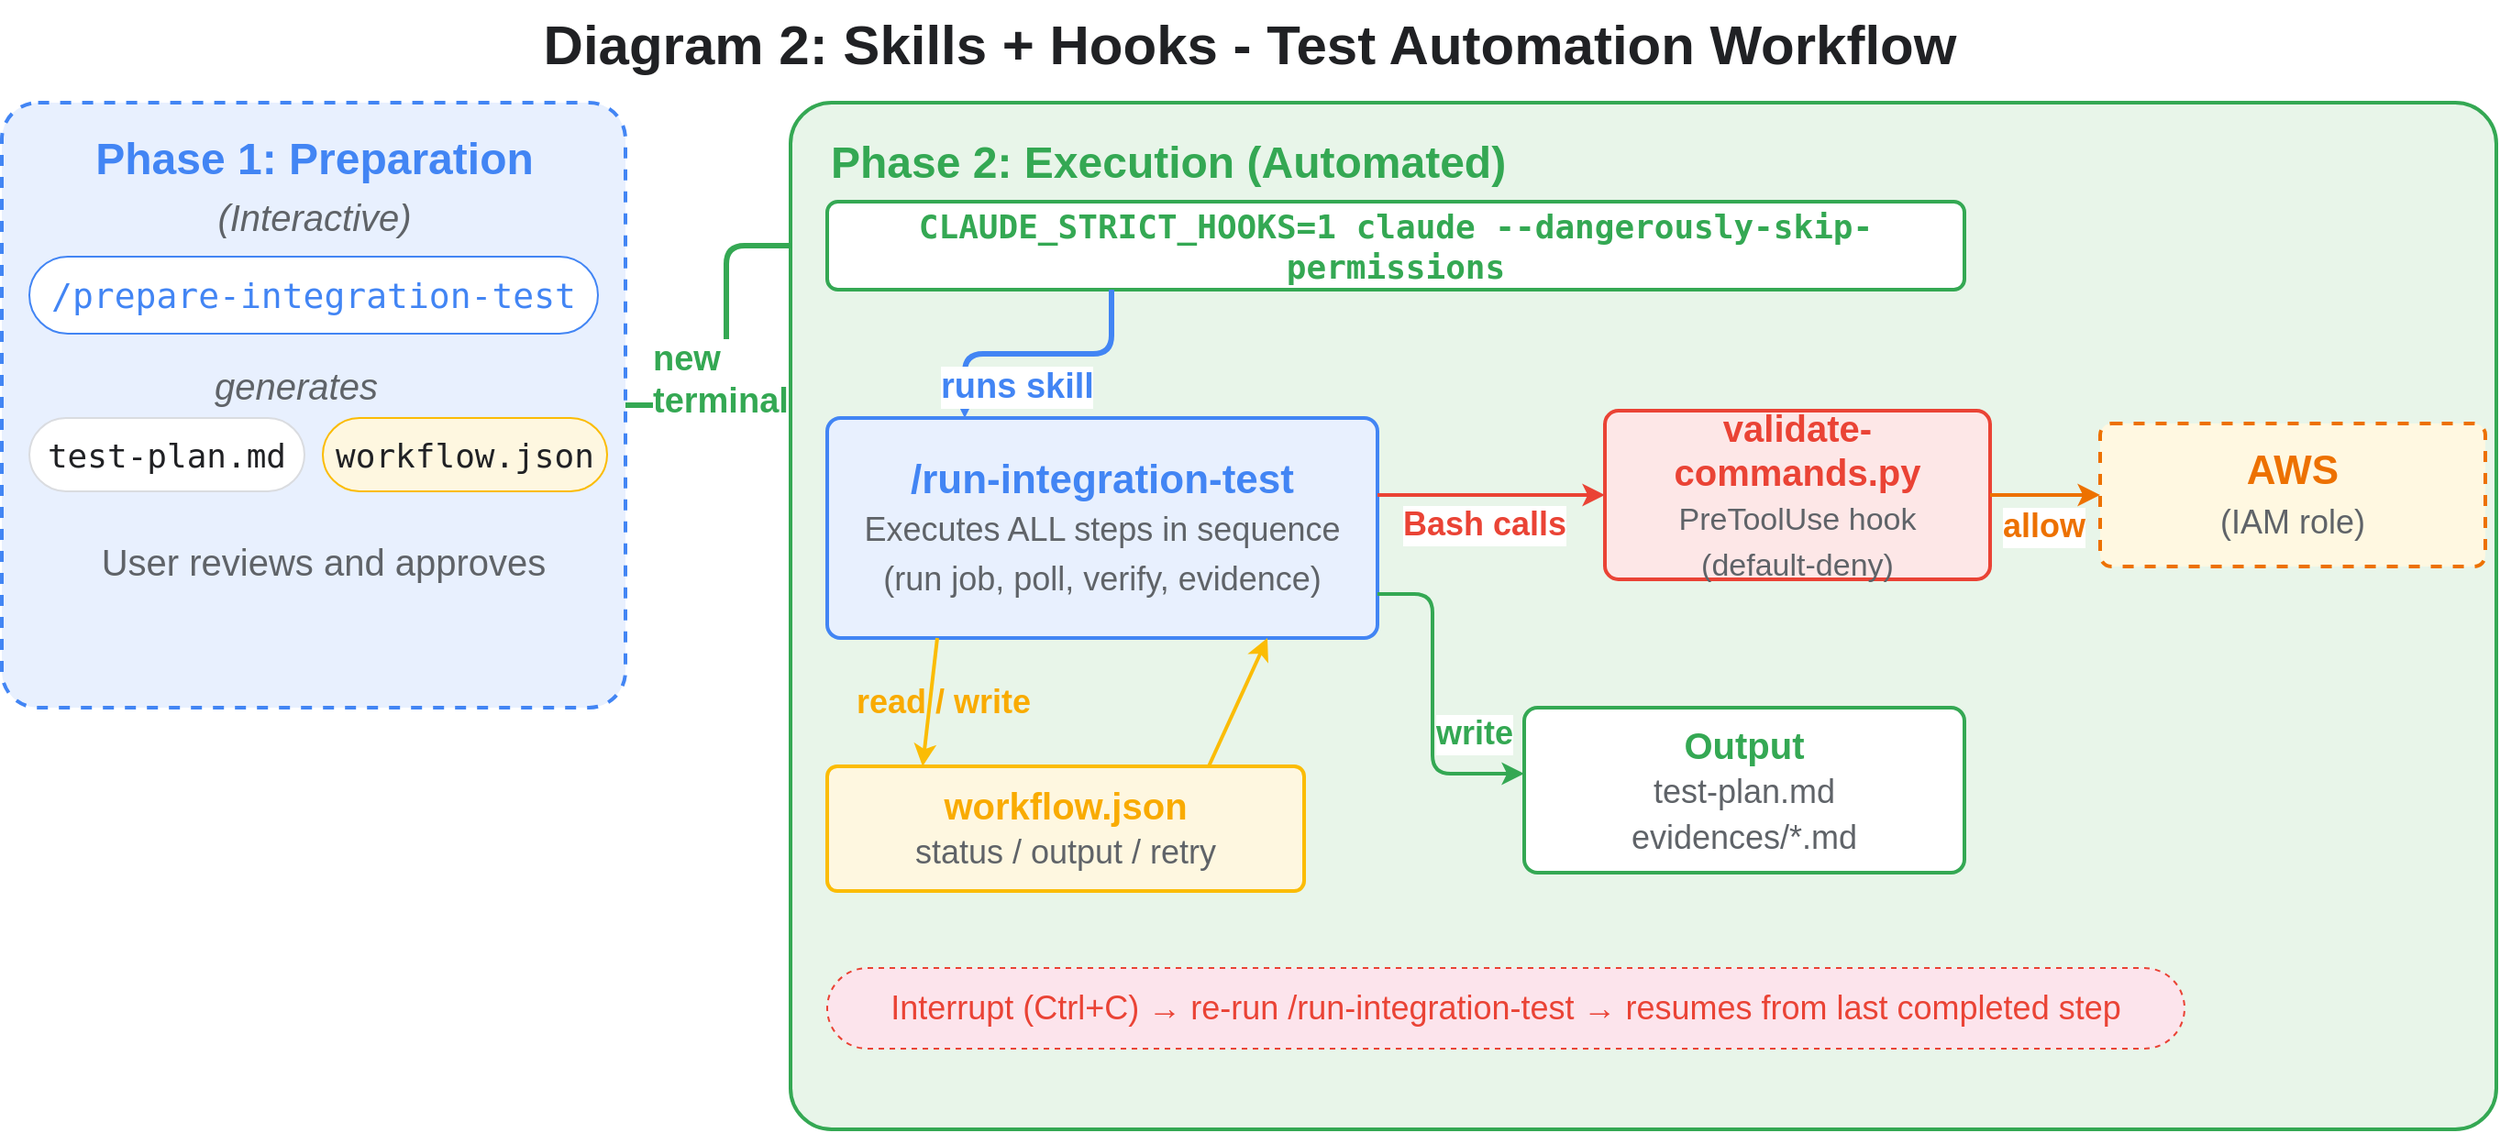
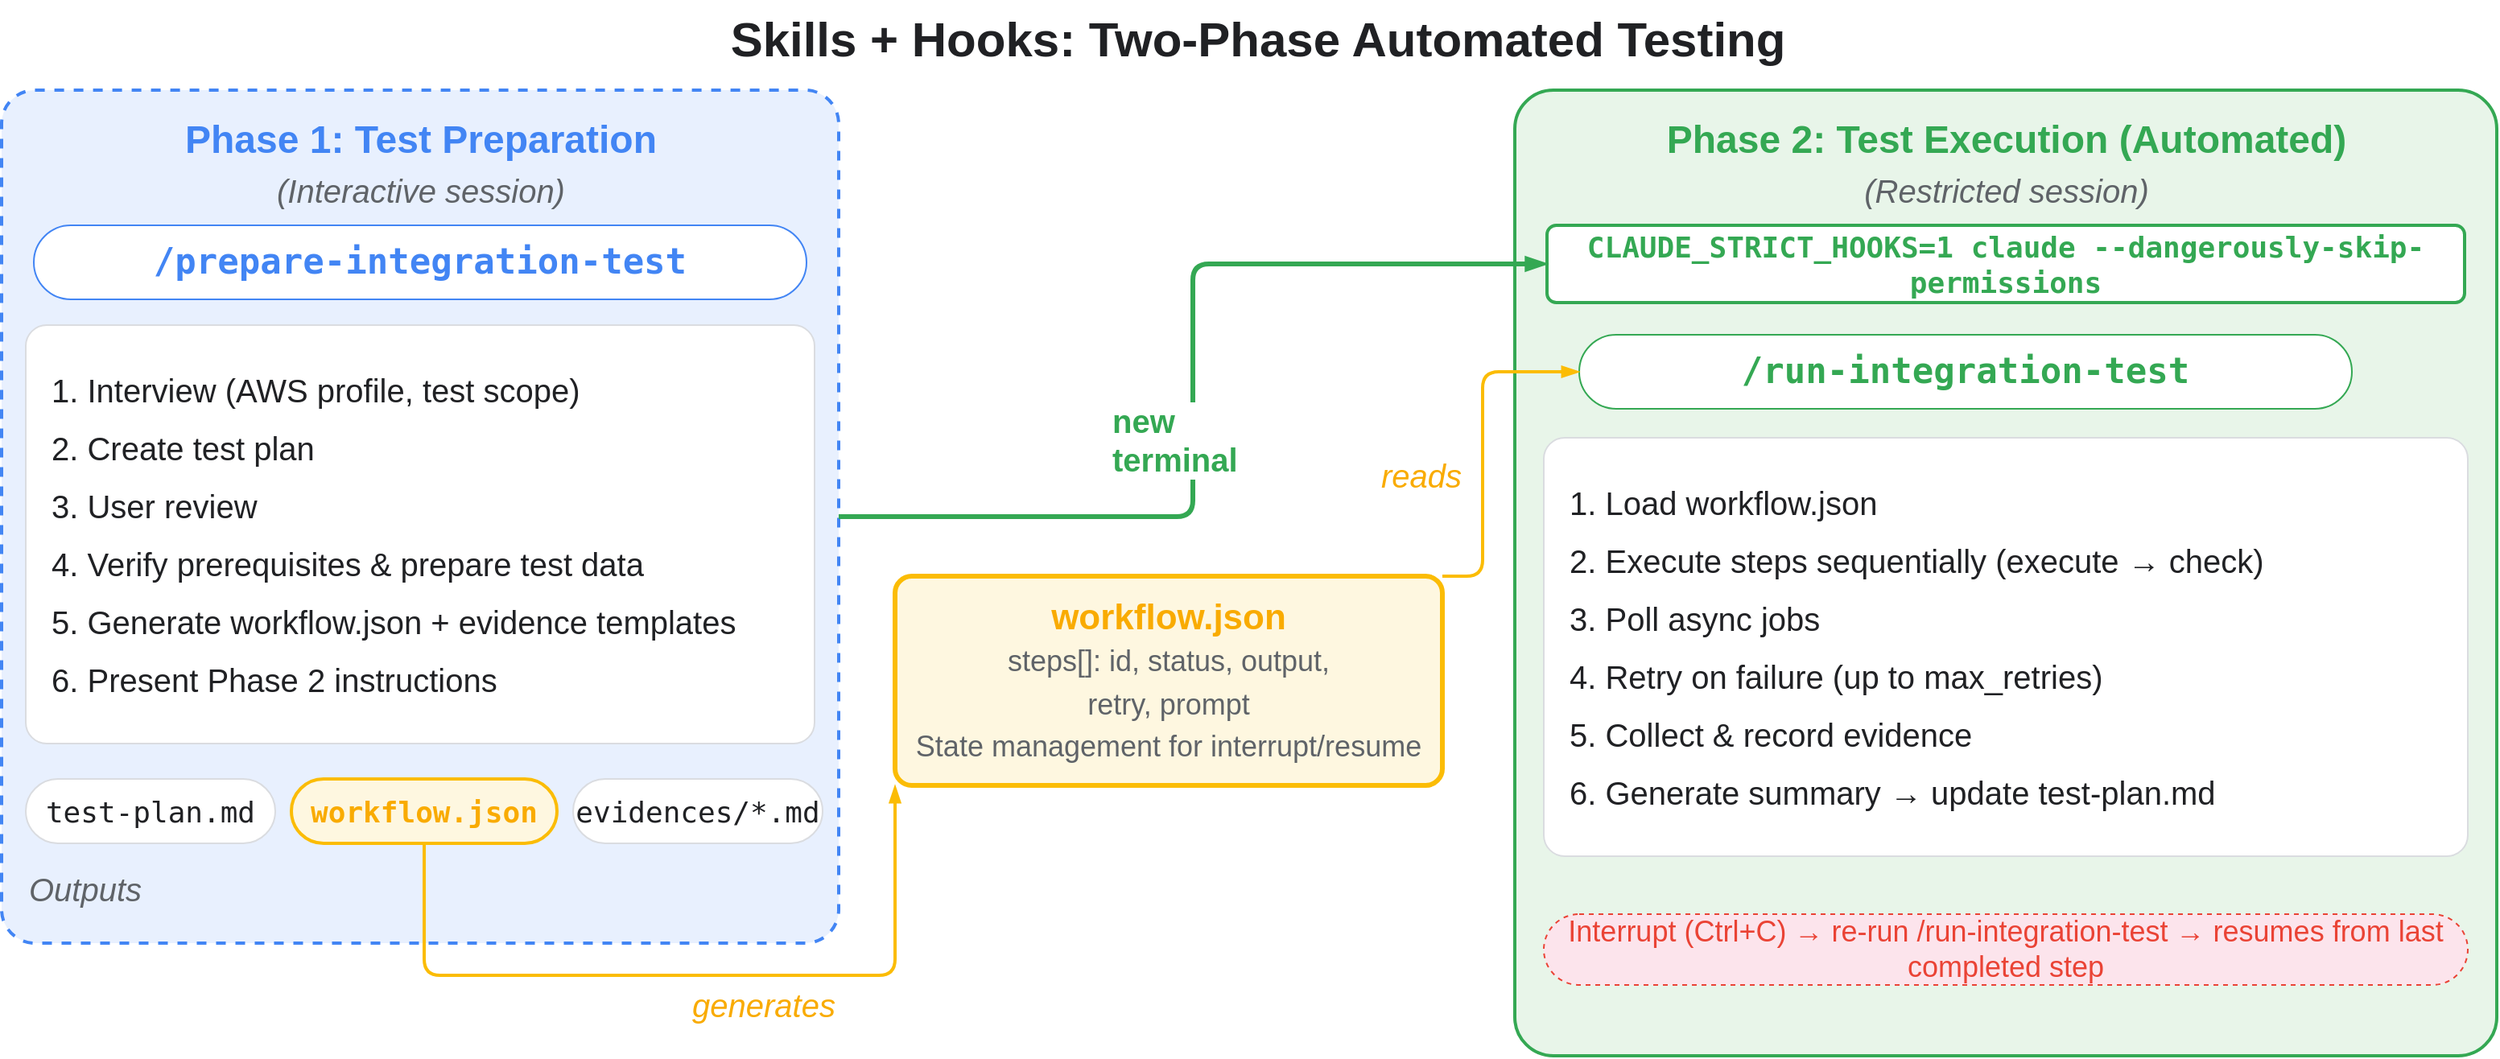
- <mxfile host="65bd71144e">
-     <diagram id="diagram-2" name="Skills + Hooks - Test Automation">
-         <mxGraphModel dx="1240" dy="575" grid="0" gridSize="10" guides="1" tooltips="1" connect="1" arrows="1" fold="1" page="1" pageScale="1" pageWidth="1600" pageHeight="700" math="0" shadow="0">
+ <mxfile host="app.diagrams.net">
+     <diagram id="skills-hooks-mechanism" name="Skills + Hooks - Two Phase Architecture">
+         <mxGraphModel dx="1422" dy="762" grid="0" gridSize="10" guides="1" tooltips="1" connect="1" arrows="1" fold="1" page="1" pageScale="1" pageWidth="1600" pageHeight="700" math="0" shadow="0">
            <root>
                <mxCell id="0"/>
                <mxCell id="1" parent="0"/>
-                 <mxCell id="title" value="Diagram 2: Skills + Hooks - Test Automation Workflow" style="text;html=1;fontSize=30;fontStyle=1;fontColor=#202124;align=center;" parent="1" vertex="1">
-                     <mxGeometry x="250" y="12" width="900" height="44" as="geometry"/>
+ 
+                 <!-- Title -->
+                 <mxCell id="title" value="Skills + Hooks: Two-Phase Automated Testing" style="text;html=1;fontSize=30;fontStyle=1;fontColor=#202124;align=center;" parent="1" vertex="1">
+                     <mxGeometry x="250" y="12" width="1100" height="44" as="geometry"/>
                </mxCell>
-                 <mxCell id="p1_box" value="" style="rounded=1;whiteSpace=wrap;html=1;fillColor=#E8F0FE;strokeColor=#4285F4;strokeWidth=2;arcSize=6;dashed=1;" parent="1" vertex="1">
-                     <mxGeometry x="20" y="68" width="340" height="330" as="geometry"/>
+ 
+                 <!-- ========== Phase 1 ========== -->
+                 <mxCell id="phase1" value="" style="rounded=1;whiteSpace=wrap;fillColor=#E8F0FE;strokeColor=#4285F4;strokeWidth=2;arcSize=4;dashed=1;" parent="1" vertex="1">
+                     <mxGeometry x="20" y="68" width="520" height="530" as="geometry"/>
                </mxCell>
-                 <mxCell id="p1_label" value="Phase 1: Preparation" style="text;html=1;fontSize=24;fontStyle=1;fontColor=#4285F4;align=center;" parent="1" vertex="1">
-                     <mxGeometry x="30" y="78" width="320" height="34" as="geometry"/>
+                 <mxCell id="p1_h" value="Phase 1: Test Preparation" style="text;html=1;fontSize=24;fontStyle=1;fontColor=#4285F4;align=center;" parent="1" vertex="1">
+                     <mxGeometry x="30" y="78" width="500" height="34" as="geometry"/>
                </mxCell>
-                 <mxCell id="p1_mode" value="(Interactive)" style="text;html=1;fontSize=20;fontColor=#5F6368;fontStyle=2;align=center;" parent="1" vertex="1">
-                     <mxGeometry x="30" y="112" width="320" height="28" as="geometry"/>
+                 <mxCell id="p1_mode" value="(Interactive session)" style="text;html=1;fontSize=20;fontColor=#5F6368;fontStyle=2;align=center;" parent="1" vertex="1">
+                     <mxGeometry x="30" y="112" width="500" height="28" as="geometry"/>
                </mxCell>
-                 <mxCell id="p1_skill" value="/prepare-integration-test" style="rounded=1;whiteSpace=wrap;html=1;fillColor=#FFFFFF;strokeColor=#4285F4;fontSize=19;fontColor=#4285F4;fontFamily=monospace;arcSize=50;" parent="1" vertex="1">
-                     <mxGeometry x="35" y="152" width="310" height="42" as="geometry"/>
+                 <mxCell id="p1_skill" value="/prepare-integration-test" style="rounded=1;whiteSpace=wrap;html=1;fillColor=#FFFFFF;strokeColor=#4285F4;fontSize=22;fontColor=#4285F4;fontFamily=monospace;fontStyle=1;arcSize=50;" parent="1" vertex="1">
+                     <mxGeometry x="40" y="152" width="480" height="46" as="geometry"/>
                </mxCell>
-                 <mxCell id="p1_arrow_label" value="generates" style="text;html=1;fontSize=20;fontColor=#5F6368;fontStyle=2;align=center;" parent="1" vertex="1">
-                     <mxGeometry x="80" y="204" width="200" height="26" as="geometry"/>
+                 <mxCell id="p1_steps" value="&lt;div style='text-align:left;font-size:20px;color:#202124;line-height:1.8'&gt;1. Interview (AWS profile, test scope)&lt;br&gt;2. Create test plan&lt;br&gt;3. User review&lt;br&gt;4. Verify prerequisites &amp;amp; prepare test data&lt;br&gt;5. Generate workflow.json + evidence templates&lt;br&gt;6. Present Phase 2 instructions&lt;/div&gt;" style="rounded=1;whiteSpace=wrap;html=1;fillColor=#FFFFFF;strokeColor=#DADCE0;arcSize=5;align=left;spacingLeft=14;spacingRight=8;" parent="1" vertex="1">
+                     <mxGeometry x="35" y="214" width="490" height="260" as="geometry"/>
                </mxCell>
-                 <mxCell id="p1_out1" value="test-plan.md" style="rounded=1;whiteSpace=wrap;html=1;fillColor=#FFFFFF;strokeColor=#DADCE0;fontSize=18;fontColor=#202124;fontFamily=monospace;arcSize=50;" parent="1" vertex="1">
-                     <mxGeometry x="35" y="240" width="150" height="40" as="geometry"/>
+                 <mxCell id="p1_out1" value="test-plan.md" style="rounded=1;whiteSpace=wrap;html=1;fillColor=#FFFFFF;strokeColor=#DADCE0;fontSize=18;fontFamily=monospace;fontColor=#202124;arcSize=50;" parent="1" vertex="1">
+                     <mxGeometry x="35" y="496" width="155" height="40" as="geometry"/>
                </mxCell>
-                 <mxCell id="p1_out2" value="workflow.json" style="rounded=1;whiteSpace=wrap;html=1;fillColor=#FEF7E0;strokeColor=#FBBC05;fontSize=18;fontColor=#202124;fontFamily=monospace;arcSize=50;" parent="1" vertex="1">
-                     <mxGeometry x="195" y="240" width="155" height="40" as="geometry"/>
+                 <mxCell id="p1_out2" value="workflow.json" style="rounded=1;whiteSpace=wrap;html=1;fillColor=#FEF7E0;strokeColor=#FBBC05;strokeWidth=2;fontSize=18;fontFamily=monospace;fontColor=#F9AB00;fontStyle=1;arcSize=50;" parent="1" vertex="1">
+                     <mxGeometry x="200" y="496" width="165" height="40" as="geometry"/>
                </mxCell>
-                 <mxCell id="p1_approve" value="User reviews and approves" style="text;html=1;fontSize=20;fontColor=#5F6368;align=center;" parent="1" vertex="1">
-                     <mxGeometry x="35" y="300" width="320" height="28" as="geometry"/>
+                 <mxCell id="p1_out3" value="evidences/*.md" style="rounded=1;whiteSpace=wrap;html=1;fillColor=#FFFFFF;strokeColor=#DADCE0;fontSize=18;fontFamily=monospace;fontColor=#202124;arcSize=50;" parent="1" vertex="1">
+                     <mxGeometry x="375" y="496" width="155" height="40" as="geometry"/>
                </mxCell>
-                 <mxCell id="a_phase" style="edgeStyle=orthogonalEdgeStyle;rounded=1;strokeColor=#34A853;strokeWidth=3;exitX=1;exitY=0.5;entryX=0;entryY=0.5;" parent="1" source="p1_box" target="session" edge="1">
+                 <mxCell id="p1_out_label" value="Outputs" style="text;html=1;fontSize=20;fontColor=#5F6368;fontStyle=2;align=left;" parent="1" vertex="1">
+                     <mxGeometry x="35" y="546" width="120" height="28" as="geometry"/>
+                 </mxCell>
+ 
+                 <!-- ========== workflow.json (center) ========== -->
+                 <mxCell id="wf_center" value="workflow.json&lt;br&gt;&lt;font style=&quot;font-size:18px;font-weight:normal;color:#5F6368&quot;&gt;steps[]: id, status, output,&lt;br&gt;retry, prompt&lt;br&gt;State management for interrupt/resume&lt;/font&gt;" style="rounded=1;whiteSpace=wrap;html=1;fillColor=#FEF7E0;strokeColor=#FBBC05;strokeWidth=3;fontSize=22;fontColor=#F9AB00;fontStyle=1;arcSize=8;" parent="1" vertex="1">
+                     <mxGeometry x="575" y="370" width="340" height="130" as="geometry"/>
+                 </mxCell>
+ 
+                 <!-- ========== Phase 2 ========== -->
+                 <mxCell id="phase2" value="" style="rounded=1;whiteSpace=wrap;fillColor=#E8F5E9;strokeColor=#34A853;strokeWidth=2;arcSize=4;" parent="1" vertex="1">
+                     <mxGeometry x="960" y="68" width="610" height="600" as="geometry"/>
+                 </mxCell>
+                 <mxCell id="p2_h" value="Phase 2: Test Execution (Automated)" style="text;html=1;fontSize=24;fontStyle=1;fontColor=#34A853;align=center;" parent="1" vertex="1">
+                     <mxGeometry x="970" y="78" width="590" height="34" as="geometry"/>
+                 </mxCell>
+                 <mxCell id="p2_mode" value="(Restricted session)" style="text;html=1;fontSize=20;fontColor=#5F6368;fontStyle=2;align=center;" parent="1" vertex="1">
+                     <mxGeometry x="970" y="112" width="590" height="28" as="geometry"/>
+                 </mxCell>
+                 <mxCell id="p2_cmd" value="CLAUDE_STRICT_HOOKS=1 claude --dangerously-skip-permissions" style="rounded=1;whiteSpace=wrap;html=1;fillColor=#FFFFFF;strokeColor=#34A853;strokeWidth=2;fontSize=18;fontColor=#34A853;fontFamily=monospace;fontStyle=1;arcSize=12;" parent="1" vertex="1">
+                     <mxGeometry x="980" y="152" width="570" height="48" as="geometry"/>
+                 </mxCell>
+                 <mxCell id="p2_skill" value="/run-integration-test" style="rounded=1;whiteSpace=wrap;html=1;fillColor=#FFFFFF;strokeColor=#34A853;fontSize=22;fontColor=#34A853;fontFamily=monospace;fontStyle=1;arcSize=50;" parent="1" vertex="1">
+                     <mxGeometry x="1000" y="220" width="480" height="46" as="geometry"/>
+                 </mxCell>
+                 <mxCell id="p2_steps" value="&lt;div style='text-align:left;font-size:20px;color:#202124;line-height:1.8'&gt;1. Load workflow.json&lt;br&gt;2. Execute steps sequentially (execute → check)&lt;br&gt;3. Poll async jobs&lt;br&gt;4. Retry on failure (up to max_retries)&lt;br&gt;5. Collect &amp;amp; record evidence&lt;br&gt;6. Generate summary → update test-plan.md&lt;/div&gt;" style="rounded=1;whiteSpace=wrap;html=1;fillColor=#FFFFFF;strokeColor=#DADCE0;arcSize=5;align=left;spacingLeft=14;spacingRight=8;" parent="1" vertex="1">
+                     <mxGeometry x="978" y="284" width="574" height="260" as="geometry"/>
+                 </mxCell>
+                 <mxCell id="p2_resume" value="Interrupt (Ctrl+C) → re-run /run-integration-test → resumes from last completed step" style="rounded=1;whiteSpace=wrap;html=1;fillColor=#FCE4EC;strokeColor=#EA4335;strokeWidth=1;fontSize=18;fontColor=#EA4335;arcSize=50;dashed=1;" parent="1" vertex="1">
+                     <mxGeometry x="978" y="580" width="574" height="44" as="geometry"/>
+                 </mxCell>
+ 
+                 <!-- ========== Arrows ========== -->
+ 
+                 <!-- Phase transition: Phase 1 right → Phase 2 left -->
+                 <mxCell id="a_phase" style="edgeStyle=orthogonalEdgeStyle;rounded=1;strokeColor=#34A853;strokeWidth=3;endArrow=blockThin;endFill=1;exitX=1;exitY=0.5;exitDx=0;exitDy=0;entryX=0;entryY=0.5;entryDx=0;entryDy=0;" parent="1" source="phase1" target="p2_cmd" edge="1">
                    <mxGeometry relative="1" as="geometry"/>
                </mxCell>
-                 <mxCell id="a_phase_label" value="new&lt;div&gt;terminal&lt;/div&gt;" style="edgeLabel;html=1;fontSize=19;fontColor=#34A853;fontStyle=1;labelBackgroundColor=#FFFFFF;" parent="a_phase" connectable="0" vertex="1">
+                 <mxCell id="a_phase_l" value="new&lt;div&gt;terminal&lt;/div&gt;" style="edgeLabel;html=1;fontSize=20;fontColor=#34A853;fontStyle=1;labelBackgroundColor=#FFFFFF;" parent="a_phase" connectable="0" vertex="1">
                    <mxGeometry relative="1" as="geometry">
-                         <mxPoint x="-42" as="offset"/>
+                         <mxPoint x="-52" as="offset"/>
                    </mxGeometry>
                </mxCell>
-                 <mxCell id="p2_box" value="" style="rounded=1;whiteSpace=wrap;html=1;fillColor=#E8F5E9;strokeColor=#34A853;strokeWidth=2;arcSize=4;" parent="1" vertex="1">
-                     <mxGeometry x="450" y="68" width="930" height="560" as="geometry"/>
-                 </mxCell>
-                 <mxCell id="p2_label" value="Phase 2: Execution (Automated)" style="text;html=1;fontSize=24;fontStyle=1;fontColor=#34A853;align=left;" parent="1" vertex="1">
-                     <mxGeometry x="470" y="80" width="440" height="34" as="geometry"/>
-                 </mxCell>
-                 <mxCell id="session" value="CLAUDE_STRICT_HOOKS=1 claude --dangerously-skip-permissions" style="rounded=1;whiteSpace=wrap;html=1;fillColor=#FFFFFF;strokeColor=#34A853;strokeWidth=2;fontSize=18;fontColor=#34A853;fontFamily=monospace;fontStyle=1;arcSize=12;" parent="1" vertex="1">
-                     <mxGeometry x="470" y="122" width="620" height="48" as="geometry"/>
-                 </mxCell>
-                 <mxCell id="a_invoke" style="edgeStyle=orthogonalEdgeStyle;rounded=1;strokeColor=#4285F4;strokeWidth=3;exitX=0.25;exitY=1;entryX=0.25;entryY=0;" parent="1" source="session" target="skill" edge="1">
-                     <mxGeometry relative="1" as="geometry"/>
-                 </mxCell>
-                 <mxCell id="a_invoke_label" value="runs skill" style="edgeLabel;html=1;fontSize=19;fontColor=#4285F4;fontStyle=1;labelBackgroundColor=#FFFFFF;" parent="a_invoke" connectable="0" vertex="1">
-                     <mxGeometry relative="1" as="geometry">
-                         <mxPoint x="-55" as="offset"/>
-                     </mxGeometry>
-                 </mxCell>
-                 <mxCell id="skill" value="/run-integration-test&lt;br&gt;&lt;font style=&quot;font-size:18px;font-weight:normal;color:#5F6368&quot;&gt;Executes ALL steps in sequence&lt;br&gt;(run job, poll, verify, evidence)&lt;/font&gt;" style="rounded=1;whiteSpace=wrap;html=1;fillColor=#E8F0FE;strokeColor=#4285F4;strokeWidth=2;fontSize=22;fontColor=#4285F4;fontStyle=1;arcSize=6;" parent="1" vertex="1">
-                     <mxGeometry x="470" y="240" width="300" height="120" as="geometry"/>
-                 </mxCell>
-                 <mxCell id="wf" value="workflow.json&lt;br&gt;&lt;font style=&quot;font-size:18px;font-weight:normal;color:#5F6368&quot;&gt;status / output / retry&lt;/font&gt;" style="rounded=1;whiteSpace=wrap;html=1;fillColor=#FEF7E0;strokeColor=#FBBC05;strokeWidth=2;fontSize=20;fontColor=#F9AB00;fontStyle=1;arcSize=8;" parent="1" vertex="1">
-                     <mxGeometry x="470" y="430" width="260" height="68" as="geometry"/>
-                 </mxCell>
-                 <mxCell id="a_wf_down" style="rounded=1;strokeColor=#FBBC05;strokeWidth=2;exitX=0.2;exitY=1;entryX=0.2;entryY=0;" parent="1" source="skill" target="wf" edge="1">
-                     <mxGeometry relative="1" as="geometry"/>
-                 </mxCell>
-                 <mxCell id="a_wf_up" style="rounded=1;strokeColor=#FBBC05;strokeWidth=2;exitX=0.8;exitY=0;entryX=0.8;entryY=1;" parent="1" source="wf" target="skill" edge="1">
-                     <mxGeometry relative="1" as="geometry"/>
-                 </mxCell>
-                 <mxCell id="a_wf_label" value="read / write" style="text;html=1;fontSize=18;fontColor=#F9AB00;fontStyle=1;align=center;" parent="1" vertex="1">
-                     <mxGeometry x="473" y="378" width="120" height="28" as="geometry"/>
-                 </mxCell>
-                 <mxCell id="hooks" value="validate-commands.py&lt;br&gt;&lt;font style=&quot;font-weight: normal; font-size: 17px; color: rgb(95, 99, 104);&quot;&gt;PreToolUse hook&lt;br&gt;(default-deny)&lt;/font&gt;" style="rounded=1;whiteSpace=wrap;html=1;fillColor=#FDE7E7;strokeColor=#EA4335;strokeWidth=2;fontSize=20;fontColor=#EA4335;fontStyle=1;arcSize=8;" parent="1" vertex="1">
-                     <mxGeometry x="894" y="236" width="210" height="92" as="geometry"/>
-                 </mxCell>
-                 <mxCell id="a_hooks" style="edgeStyle=orthogonalEdgeStyle;rounded=1;strokeColor=#EA4335;strokeWidth=2;exitX=1;exitY=0.35;entryX=0;entryY=0.5;" parent="1" source="skill" target="hooks" edge="1">
-                     <mxGeometry relative="1" as="geometry"/>
-                 </mxCell>
-                 <mxCell id="a_hooks_label" value="Bash calls" style="edgeLabel;html=1;fontSize=18;fontColor=#EA4335;fontStyle=1;labelBackgroundColor=#FFFFFF;" parent="a_hooks" connectable="0" vertex="1">
-                     <mxGeometry relative="1" as="geometry">
-                         <mxPoint x="-50" y="-1" as="offset"/>
-                     </mxGeometry>
-                 </mxCell>
-                 <mxCell id="aws" value="AWS&lt;br&gt;&lt;font style=&quot;font-size:18px;font-weight:normal;color:#5F6368&quot;&gt;(IAM role)&lt;/font&gt;" style="rounded=1;whiteSpace=wrap;html=1;fillColor=#FFF8E1;strokeColor=#ED7100;strokeWidth=2;fontSize=22;fontColor=#ED7100;fontStyle=1;arcSize=8;dashed=1;" parent="1" vertex="1">
-                     <mxGeometry x="1164" y="243" width="210" height="78" as="geometry"/>
-                 </mxCell>
-                 <mxCell id="a_aws" style="edgeStyle=orthogonalEdgeStyle;rounded=1;strokeColor=#ED7100;strokeWidth=2;exitX=1;exitY=0.5;entryX=0;entryY=0.5;" parent="1" source="hooks" target="aws" edge="1">
-                     <mxGeometry relative="1" as="geometry"/>
-                 </mxCell>
-                 <mxCell id="a_aws_label" value="allow" style="edgeLabel;html=1;fontSize=18;fontColor=#ED7100;fontStyle=1;labelBackgroundColor=#FFFFFF;" parent="a_aws" connectable="0" vertex="1">
-                     <mxGeometry relative="1" as="geometry">
-                         <mxPoint x="-25" as="offset"/>
-                     </mxGeometry>
-                 </mxCell>
-                 <mxCell id="out" value="Output&lt;br&gt;&lt;font style=&quot;font-size:18px;font-weight:normal;color:#5F6368&quot;&gt;test-plan.md&lt;br&gt;evidences/*.md&lt;/font&gt;" style="rounded=1;whiteSpace=wrap;html=1;fillColor=#FFFFFF;strokeColor=#34A853;strokeWidth=2;fontSize=20;fontColor=#34A853;fontStyle=1;arcSize=8;" parent="1" vertex="1">
-                     <mxGeometry x="850" y="398" width="240" height="90" as="geometry"/>
-                 </mxCell>
-                 <mxCell id="a_out" style="edgeStyle=orthogonalEdgeStyle;rounded=1;strokeColor=#34A853;strokeWidth=2;exitX=1;exitY=0.8;entryX=0;entryY=0.4;" parent="1" source="skill" target="out" edge="1">
+ 
+                 <!-- generates: p1_out2 → wf_center (route below outputs) -->
+                 <mxCell id="a_p1_wf" style="edgeStyle=orthogonalEdgeStyle;rounded=1;strokeColor=#FBBC05;strokeWidth=2;endArrow=blockThin;endFill=1;exitX=0.5;exitY=1;exitDx=0;exitDy=0;entryX=0;entryY=1;entryDx=0;entryDy=0;" parent="1" source="p1_out2" target="wf_center" edge="1">
                    <mxGeometry relative="1" as="geometry">
                        <Array as="points">
-                             <mxPoint x="800" y="336"/>
-                             <mxPoint x="800" y="434"/>
+                             <mxPoint x="283" y="618"/>
+                             <mxPoint x="575" y="618"/>
                        </Array>
                    </mxGeometry>
                </mxCell>
-                 <mxCell id="a_out_label" value="write" style="edgeLabel;html=1;fontSize=18;fontColor=#34A853;fontStyle=1;labelBackgroundColor=#FFFFFF;" parent="a_out" connectable="0" vertex="1">
+                 <mxCell id="a_p1_wf_l" value="generates" style="edgeLabel;html=1;fontSize=20;fontColor=#F9AB00;fontStyle=2;" parent="a_p1_wf" connectable="0" vertex="1">
                    <mxGeometry relative="1" as="geometry"/>
                </mxCell>
-                 <mxCell id="resume" value="Interrupt (Ctrl+C) &amp;rarr; re-run /run-integration-test &amp;rarr; resumes from last completed step" style="rounded=1;whiteSpace=wrap;html=1;fillColor=#FCE4EC;strokeColor=#EA4335;strokeWidth=1;fontSize=18;fontColor=#EA4335;arcSize=50;dashed=1;" parent="1" vertex="1">
-                     <mxGeometry x="470" y="540" width="740" height="44" as="geometry"/>
+ 
+                 <!-- reads: wf_center → p2_skill (route through gap) -->
+                 <mxCell id="a_wf_p2" style="edgeStyle=orthogonalEdgeStyle;rounded=1;strokeColor=#FBBC05;strokeWidth=2;endArrow=blockThin;endFill=1;exitX=1;exitY=0;exitDx=0;exitDy=0;entryX=0;entryY=0.5;entryDx=0;entryDy=0;" parent="1" source="wf_center" target="p2_skill" edge="1">
+                     <mxGeometry relative="1" as="geometry">
+                         <Array as="points">
+                             <mxPoint x="940" y="370"/>
+                             <mxPoint x="940" y="243"/>
+                         </Array>
+                     </mxGeometry>
                </mxCell>
+                 <mxCell id="a_wf_p2_l" value="reads" style="edgeLabel;html=1;fontSize=20;fontColor=#F9AB00;fontStyle=2;" parent="a_wf_p2" connectable="0" vertex="1">
+                     <mxGeometry relative="1" as="geometry">
+                         <mxPoint x="-65" as="offset"/>
+                     </mxGeometry>
+                 </mxCell>
+ 
            </root>
        </mxGraphModel>
    </diagram>
</mxfile>
